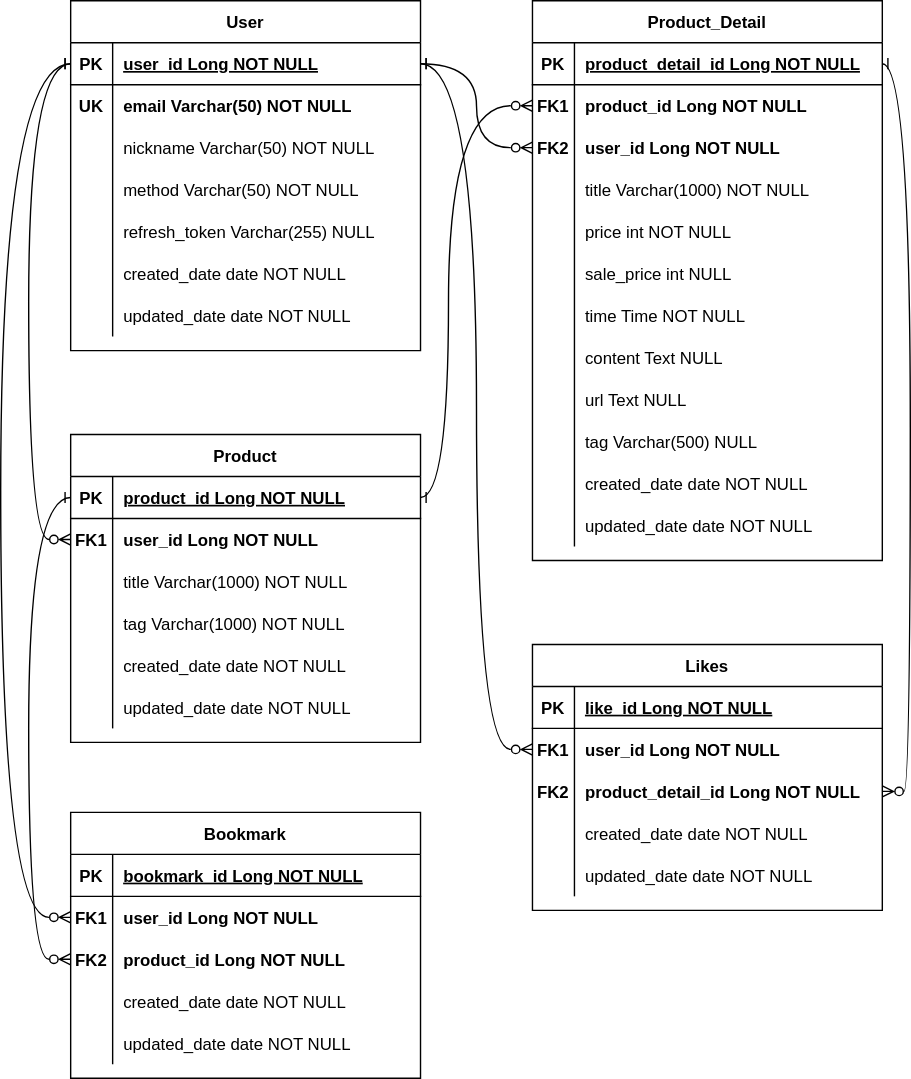
The draw.io diagram document/erd.svg in yessm621/youtree, before a commit. Source tidied: cells renumbered, new cells last; positions are measured from the earlier drawing's top-left corner, leaving out a move shared by most shapes.
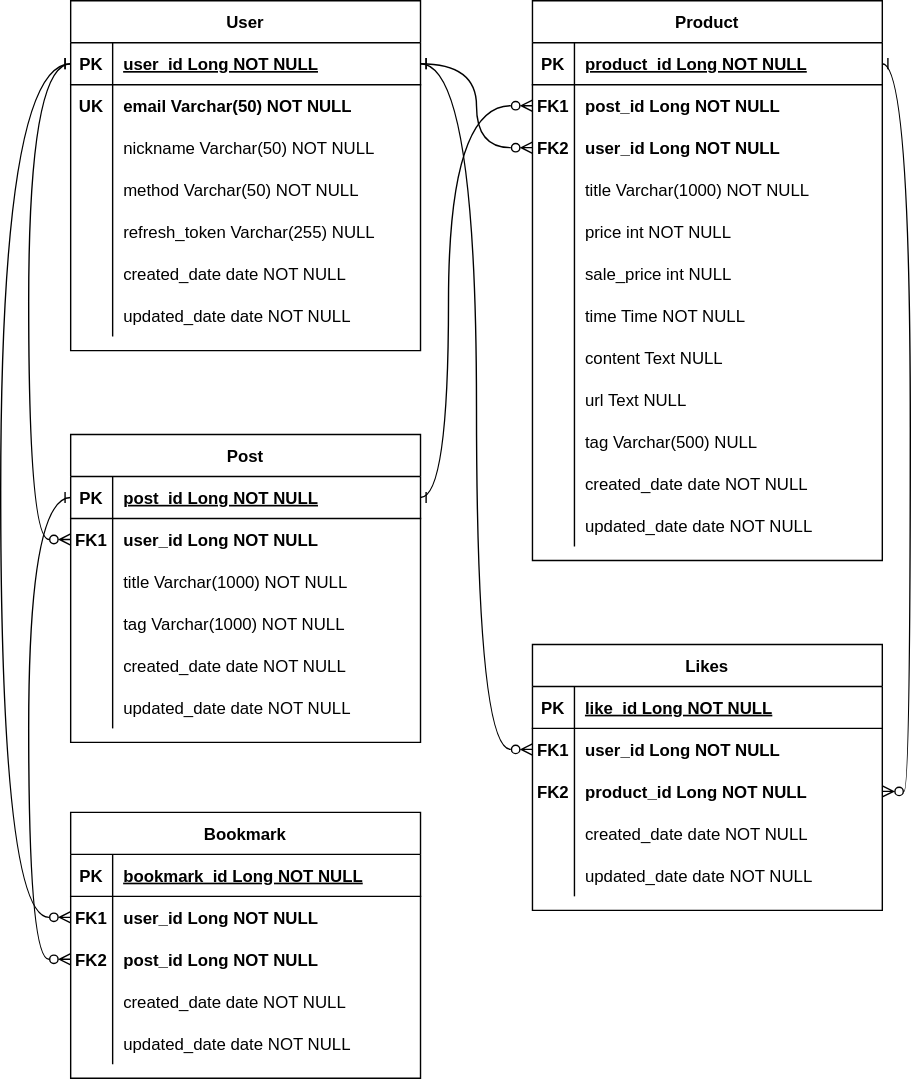
Later version of the same file.

Change to the diagram source:
```diff
@@ -2,7 +2,7 @@
   <root>
     <mxCell id="0" />
     <mxCell id="1" parent="0" />
-    <mxCell id="2" value="Product_Detail" style="shape=table;startSize=30;rowLines=0;fontStyle=1;align=center;" parent="1" vertex="1">
+    <mxCell id="2" value="Product" style="shape=table;startSize=30;rowLines=0;fontStyle=1;align=center;" parent="1" vertex="1">
       <mxGeometry x="380" width="250" height="400" as="geometry" />
     </mxCell>
     <mxCell id="3" style="shape=partialRectangle;fillColor=none;points=[[0,0.5],[1,0.5]];portConstraint=eastwest;top=0;left=0;right=0;bottom=1;" parent="2" vertex="1">
@@ -11,7 +11,7 @@
     <mxCell id="4" value="PK" style="shape=partialRectangle;overflow=hidden;fillColor=none;top=0;left=0;bottom=0;right=0;fontStyle=1;" parent="3" vertex="1">
       <mxGeometry width="30" height="30" as="geometry" />
     </mxCell>
-    <mxCell id="5" value="product_detail_id Long NOT NULL " style="shape=partialRectangle;overflow=hidden;fillColor=none;top=0;left=0;bottom=0;right=0;align=left;spacingLeft=6;fontStyle=5;" parent="3" vertex="1">
+    <mxCell id="5" value="product_id Long NOT NULL " style="shape=partialRectangle;overflow=hidden;fillColor=none;top=0;left=0;bottom=0;right=0;align=left;spacingLeft=6;fontStyle=5;" parent="3" vertex="1">
       <mxGeometry x="30" width="220" height="30" as="geometry" />
     </mxCell>
     <mxCell id="6" style="shape=partialRectangle;fillColor=none;points=[[0,0.5],[1,0.5]];portConstraint=eastwest;top=0;left=0;right=0;bottom=0;" parent="2" vertex="1">
@@ -20,7 +20,7 @@
     <mxCell id="7" value="FK1" style="shape=partialRectangle;overflow=hidden;fillColor=none;top=0;left=0;bottom=0;right=0;fontStyle=1;" parent="6" vertex="1">
       <mxGeometry width="30" height="30" as="geometry" />
     </mxCell>
-    <mxCell id="8" value="product_id Long NOT NULL" style="shape=partialRectangle;overflow=hidden;fillColor=none;top=0;left=0;bottom=0;right=0;align=left;spacingLeft=6;fontStyle=1;" parent="6" vertex="1">
+    <mxCell id="8" value="post_id Long NOT NULL" style="shape=partialRectangle;overflow=hidden;fillColor=none;top=0;left=0;bottom=0;right=0;align=left;spacingLeft=6;fontStyle=1;" parent="6" vertex="1">
       <mxGeometry x="30" width="220" height="30" as="geometry" />
     </mxCell>
     <mxCell id="9" style="shape=partialRectangle;fillColor=none;points=[[0,0.5],[1,0.5]];portConstraint=eastwest;top=0;left=0;right=0;bottom=0;" parent="2" vertex="1">
@@ -140,7 +140,7 @@
     <mxCell id="47" value="FK2" style="shape=partialRectangle;overflow=hidden;fillColor=none;top=0;left=0;bottom=0;right=0;fontStyle=1;" parent="46" vertex="1">
       <mxGeometry width="30" height="30" as="geometry" />
     </mxCell>
-    <mxCell id="48" value="product_id Long NOT NULL" style="shape=partialRectangle;overflow=hidden;fillColor=none;top=0;left=0;bottom=0;right=0;align=left;spacingLeft=6;fontStyle=1;" parent="46" vertex="1">
+    <mxCell id="48" value="post_id Long NOT NULL" style="shape=partialRectangle;overflow=hidden;fillColor=none;top=0;left=0;bottom=0;right=0;align=left;spacingLeft=6;fontStyle=1;" parent="46" vertex="1">
       <mxGeometry x="30" width="220" height="30" as="geometry" />
     </mxCell>
     <mxCell id="49" style="shape=partialRectangle;fillColor=none;top=0;left=0;right=0;bottom=0;" parent="39" vertex="1">
@@ -254,7 +254,7 @@
     <mxCell id="85" value="FK2" style="shape=partialRectangle;overflow=hidden;fillColor=none;top=0;left=0;bottom=0;right=0;fontStyle=1;" parent="84" vertex="1">
       <mxGeometry width="30" height="30" as="geometry" />
     </mxCell>
-    <mxCell id="86" value="product_detail_id Long NOT NULL" style="shape=partialRectangle;overflow=hidden;fillColor=none;top=0;left=0;bottom=0;right=0;align=left;spacingLeft=6;fontStyle=1;" parent="84" vertex="1">
+    <mxCell id="86" value="product_id Long NOT NULL" style="shape=partialRectangle;overflow=hidden;fillColor=none;top=0;left=0;bottom=0;right=0;align=left;spacingLeft=6;fontStyle=1;" parent="84" vertex="1">
       <mxGeometry x="30" width="220" height="30" as="geometry" />
     </mxCell>
     <mxCell id="87" style="shape=partialRectangle;fillColor=none;top=0;left=0;right=0;bottom=0;" parent="77" vertex="1">
@@ -275,7 +275,7 @@
     <mxCell id="92" value="updated_date date NOT NULL" style="shape=partialRectangle;overflow=hidden;fillColor=none;top=0;left=0;bottom=0;right=0;align=left;spacingLeft=6;" parent="90" vertex="1">
       <mxGeometry x="30" width="220" height="30" as="geometry" />
     </mxCell>
-    <mxCell id="93" value="Product" style="shape=table;startSize=30;rowLines=0;fontStyle=1;align=center;" parent="1" vertex="1">
+    <mxCell id="93" value="Post" style="shape=table;startSize=30;rowLines=0;fontStyle=1;align=center;" parent="1" vertex="1">
       <mxGeometry x="50" y="310" width="250" height="220" as="geometry" />
     </mxCell>
     <mxCell id="94" style="shape=partialRectangle;fillColor=none;points=[[0,0.5],[1,0.5]];portConstraint=eastwest;top=0;left=0;right=0;bottom=1;" parent="93" vertex="1">
@@ -284,7 +284,7 @@
     <mxCell id="95" value="PK" style="shape=partialRectangle;overflow=hidden;fillColor=none;top=0;left=0;bottom=0;right=0;fontStyle=1;" parent="94" vertex="1">
       <mxGeometry width="30" height="30" as="geometry" />
     </mxCell>
-    <mxCell id="96" value="product_id Long NOT NULL " style="shape=partialRectangle;overflow=hidden;fillColor=none;top=0;left=0;bottom=0;right=0;align=left;spacingLeft=6;fontStyle=5;" parent="94" vertex="1">
+    <mxCell id="96" value="post_id Long NOT NULL " style="shape=partialRectangle;overflow=hidden;fillColor=none;top=0;left=0;bottom=0;right=0;align=left;spacingLeft=6;fontStyle=5;" parent="94" vertex="1">
       <mxGeometry x="30" width="220" height="30" as="geometry" />
     </mxCell>
     <mxCell id="97" style="shape=partialRectangle;fillColor=none;points=[[0,0.5],[1,0.5]];portConstraint=eastwest;top=0;left=0;right=0;bottom=0;" parent="93" vertex="1">
```
